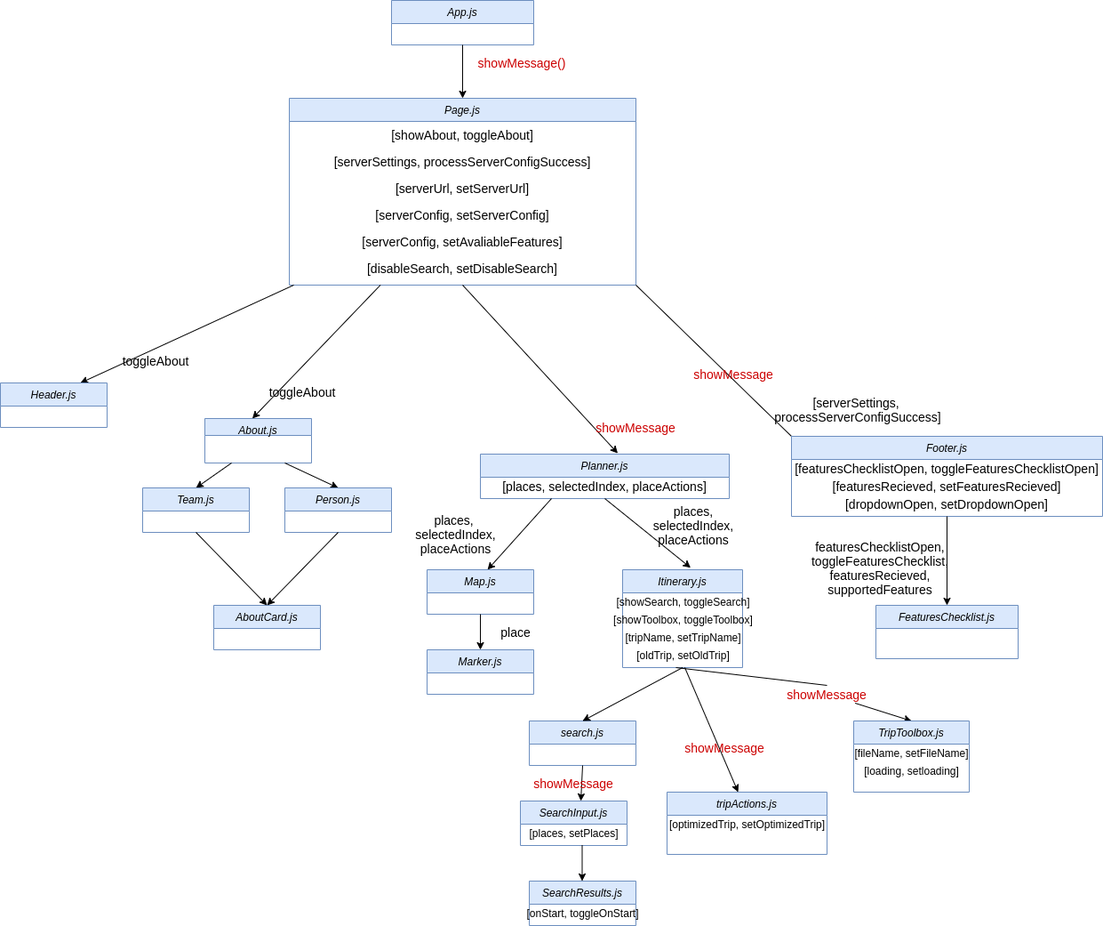
tmanbarton/cs314Project keeps this draw.io diagram as reports/images/ClientComponentDiagramSP4.png. Above is the earlier version. Source tidied: cells renumbered, new cells last; positions are measured from the earlier drawing's top-left corner, leaving out a move shared by most shapes.
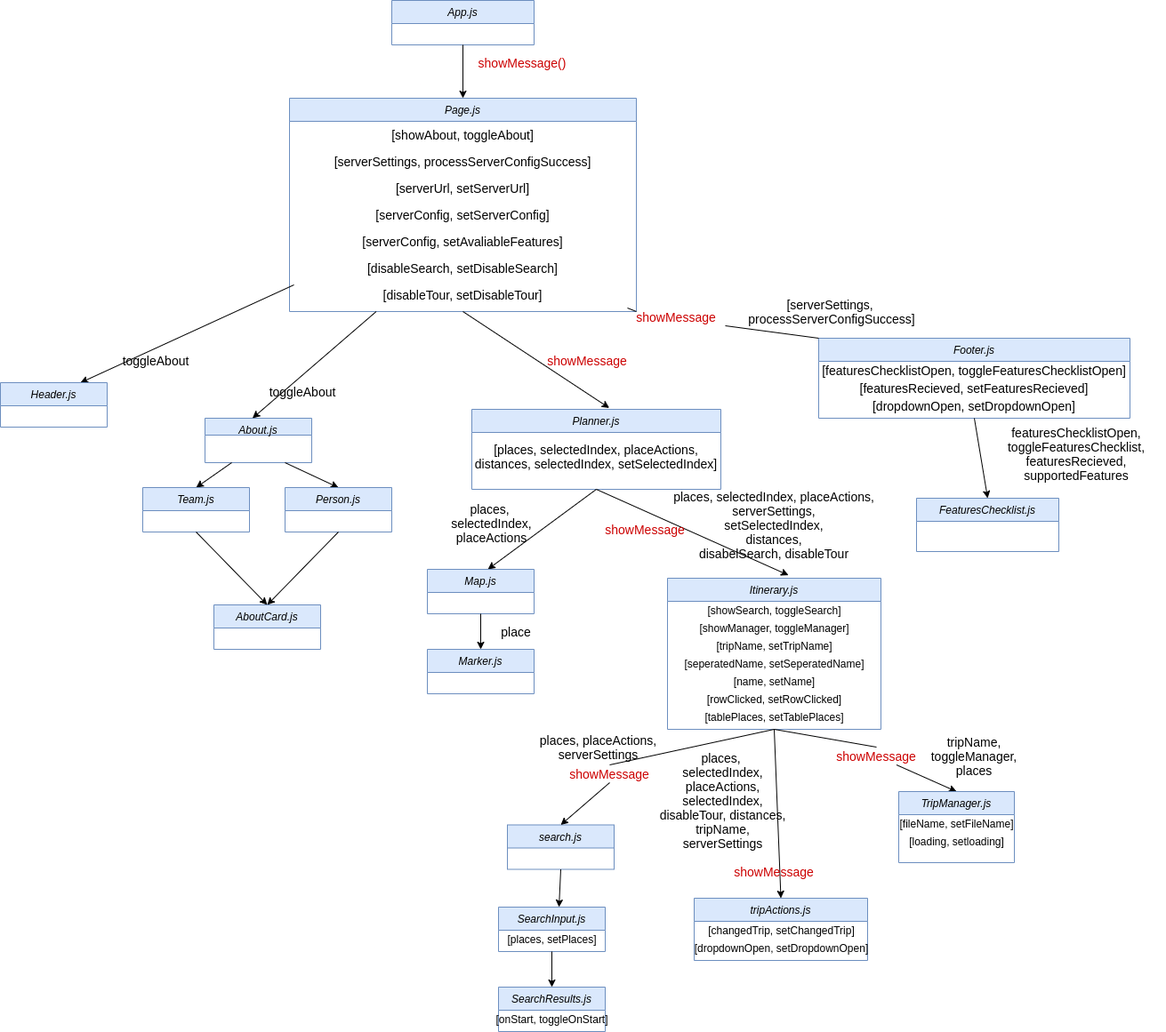
After the change.

Commit message:
Updated Client Component Diagrams

Diff of the diagram source:
```diff
@@ -11,3 +11,3 @@
     <mxCell id="4" value="Page.js" style="swimlane;fontStyle=2;align=center;verticalAlign=top;horizontal=1;startSize=26;rounded=0;shadow=0;strokeWidth=1;fillColor=#dae8fc;strokeColor=#6c8ebf;" parent="1" vertex="1">
-      <mxGeometry x="325" y="110" width="390" height="210" as="geometry" />
+      <mxGeometry x="325" y="110" width="390" height="240" as="geometry" />
     </mxCell>
@@ -31,2 +31,5 @@
     </mxCell>
+    <mxCell id="71" value="[disableTour, setDisableTour]" style="text;html=1;strokeColor=none;fillColor=none;align=center;verticalAlign=middle;whiteSpace=wrap;rounded=0;fontSize=14;" parent="4" vertex="1">
+      <mxGeometry y="206" width="390" height="30" as="geometry" />
+    </mxCell>
     <mxCell id="11" value="showMessage()" style="text;html=1;strokeColor=none;fillColor=none;align=center;verticalAlign=middle;whiteSpace=wrap;rounded=0;fontSize=14;fontColor=#CC0000;" parent="1" vertex="1">
@@ -48,6 +51,4 @@
     </mxCell>
-    <mxCell id="16" style="endArrow=classic;html=1;fontSize=14;entryX=0.445;entryY=0;entryDx=0;entryDy=0;entryPerimeter=0;exitX=0.25;exitY=1;exitDx=0;exitDy=0;" parent="1" edge="1" target="15">
-      <mxGeometry relative="1" as="geometry">
-        <mxPoint x="427.5" y="320" as="sourcePoint" />
-      </mxGeometry>
+    <mxCell id="16" style="endArrow=classic;html=1;fontSize=14;entryX=0.445;entryY=0;entryDx=0;entryDy=0;entryPerimeter=0;exitX=0.25;exitY=1;exitDx=0;exitDy=0;" parent="1" edge="1" source="4" target="15">
+      <mxGeometry relative="1" as="geometry" />
     </mxCell>
@@ -57,6 +58,6 @@
     <mxCell id="18" value="Planner.js&#10;" style="swimlane;fontStyle=2;align=center;verticalAlign=top;horizontal=1;startSize=26;rounded=0;shadow=0;strokeWidth=1;fillColor=#dae8fc;strokeColor=#6c8ebf;" parent="1" vertex="1">
-      <mxGeometry x="540" y="510" width="280" height="50" as="geometry" />
+      <mxGeometry x="530" y="460" width="280" height="90" as="geometry" />
     </mxCell>
-    <mxCell id="19" value="[places, selectedIndex, placeActions]" style="text;html=1;strokeColor=none;fillColor=none;align=center;verticalAlign=middle;whiteSpace=wrap;rounded=0;fontSize=14;" parent="18" vertex="1">
-      <mxGeometry y="26" width="280" height="20" as="geometry" />
+    <mxCell id="19" value="[places, selectedIndex, placeActions, distances, selectedIndex, setSelectedIndex]" style="text;html=1;strokeColor=none;fillColor=none;align=center;verticalAlign=middle;whiteSpace=wrap;rounded=0;fontSize=14;" parent="18" vertex="1">
+      <mxGeometry y="26" width="280" height="54" as="geometry" />
     </mxCell>
@@ -66,5 +67,5 @@
     <mxCell id="21" value="&lt;span style=&quot;color: rgb(204 , 0 , 0)&quot;&gt;showMessage&lt;/span&gt;" style="text;html=1;strokeColor=none;fillColor=none;align=center;verticalAlign=middle;whiteSpace=wrap;rounded=0;fontSize=14;fontColor=#FF0000;" parent="1" vertex="1">
-      <mxGeometry x="660" y="470" width="110" height="20" as="geometry" />
+      <mxGeometry x="605" y="395" width="110" height="20" as="geometry" />
     </mxCell>
-    <mxCell id="22" style="endArrow=none;html=1;fontSize=14;fontColor=#FF0000;entryX=1;entryY=1;entryDx=0;entryDy=0;exitX=0;exitY=0;exitDx=0;exitDy=0;" parent="1" edge="1" source="23" target="4">
+    <mxCell id="22" style="endArrow=none;html=1;fontSize=14;fontColor=#FF0000;entryX=1;entryY=1;entryDx=0;entryDy=0;exitX=0;exitY=0;exitDx=0;exitDy=0;startArrow=none;" parent="1" edge="1" source="58" target="4">
       <mxGeometry relative="1" as="geometry" />
@@ -72,3 +73,3 @@
     <mxCell id="23" value="Footer.js" style="swimlane;fontStyle=2;align=center;verticalAlign=top;horizontal=1;startSize=26;rounded=0;shadow=0;strokeWidth=1;fillColor=#dae8fc;strokeColor=#6c8ebf;" parent="1" vertex="1">
-      <mxGeometry x="890" y="490" width="350" height="90" as="geometry" />
+      <mxGeometry x="920" y="380" width="350" height="90" as="geometry" />
     </mxCell>
@@ -84,8 +85,6 @@
     <mxCell id="27" value="[serverSettings, &lt;br&gt;processServerConfigSuccess]" style="text;html=1;strokeColor=none;fillColor=none;align=center;verticalAlign=middle;whiteSpace=wrap;rounded=0;fontSize=14;fontColor=#000000;rotation=0;" parent="1" vertex="1">
-      <mxGeometry x="810" y="450" width="310" height="20" as="geometry" />
+      <mxGeometry x="780" y="340" width="310" height="20" as="geometry" />
     </mxCell>
-    <mxCell id="28" style="endArrow=classic;html=1;fontColor=#CC0000;entryX=0.567;entryY=0;entryDx=0;entryDy=0;entryPerimeter=0;exitX=0.5;exitY=1;exitDx=0;exitDy=0;" parent="1" edge="1" target="29">
-      <mxGeometry relative="1" as="geometry">
-        <mxPoint x="620" y="560" as="sourcePoint" />
-      </mxGeometry>
+    <mxCell id="28" style="endArrow=classic;html=1;fontColor=#CC0000;entryX=0.567;entryY=0;entryDx=0;entryDy=0;entryPerimeter=0;exitX=0.5;exitY=1;exitDx=0;exitDy=0;" parent="1" edge="1" source="18" target="29">
+      <mxGeometry relative="1" as="geometry" />
     </mxCell>
@@ -101,18 +100,27 @@
     <mxCell id="32" value="Itinerary.js" style="swimlane;fontStyle=2;align=center;verticalAlign=top;horizontal=1;startSize=26;rounded=0;shadow=0;strokeWidth=1;fillColor=#dae8fc;strokeColor=#6c8ebf;" parent="1" vertex="1">
-      <mxGeometry x="700" y="640" width="135" height="110" as="geometry" />
+      <mxGeometry x="750" y="650" width="240" height="170" as="geometry" />
     </mxCell>
     <mxCell id="33" value="[showSearch, toggleSearch]" style="text;html=1;align=center;verticalAlign=middle;strokeColor=none;fillColor=none;" parent="32" vertex="1">
-      <mxGeometry y="26" width="135" height="20" as="geometry" />
+      <mxGeometry y="26" width="240" height="20" as="geometry" />
     </mxCell>
-    <mxCell id="34" value="[showToolbox, toggleToolbox]" style="text;html=1;align=center;verticalAlign=middle;strokeColor=none;fillColor=none;" parent="32" vertex="1">
-      <mxGeometry y="46" width="135" height="20" as="geometry" />
+    <mxCell id="34" value="[showManager, toggleManager]" style="text;html=1;align=center;verticalAlign=middle;strokeColor=none;fillColor=none;" parent="32" vertex="1">
+      <mxGeometry y="46" width="240" height="20" as="geometry" />
     </mxCell>
     <mxCell id="35" value="[tripName, setTripName]" style="text;html=1;align=center;verticalAlign=middle;strokeColor=none;fillColor=none;" parent="32" vertex="1">
-      <mxGeometry y="66" width="135" height="20" as="geometry" />
+      <mxGeometry y="66" width="240" height="20" as="geometry" />
     </mxCell>
-    <mxCell id="36" value="[oldTrip, setOldTrip]" style="text;html=1;align=center;verticalAlign=middle;strokeColor=none;fillColor=none;" parent="32" vertex="1">
-      <mxGeometry y="86" width="135" height="20" as="geometry" />
-    </mxCell>
+    <mxCell id="72" value="[seperatedName, setSeperatedName]" style="text;html=1;align=center;verticalAlign=middle;strokeColor=none;fillColor=none;" parent="32" vertex="1">
+      <mxGeometry y="86" width="240" height="20" as="geometry" />
+    </mxCell>
+    <mxCell id="73" value="[name, setName]" style="text;html=1;align=center;verticalAlign=middle;strokeColor=none;fillColor=none;" parent="32" vertex="1">
+      <mxGeometry y="106" width="240" height="20" as="geometry" />
+    </mxCell>
+    <mxCell id="74" value="[rowClicked, setRowClicked]" style="text;html=1;align=center;verticalAlign=middle;strokeColor=none;fillColor=none;" parent="32" vertex="1">
+      <mxGeometry y="126" width="240" height="20" as="geometry" />
+    </mxCell>
+    <mxCell id="75" value="[tablePlaces, setTablePlaces]" style="text;html=1;align=center;verticalAlign=middle;strokeColor=none;fillColor=none;" parent="32" vertex="1">
+      <mxGeometry y="146" width="240" height="20" as="geometry" />
+    </mxCell>
     <mxCell id="37" value="FeaturesChecklist.js&#10;" style="swimlane;fontStyle=2;align=center;verticalAlign=top;horizontal=1;startSize=26;rounded=0;shadow=0;strokeWidth=1;fillColor=#dae8fc;strokeColor=#6c8ebf;" parent="1" vertex="1">
-      <mxGeometry x="985" y="680" width="160" height="60" as="geometry" />
+      <mxGeometry x="1030" y="560" width="160" height="60" as="geometry" />
     </mxCell>
@@ -125,9 +133,9 @@
     <mxCell id="40" value="places, &lt;br&gt;selectedIndex, placeActions" style="text;html=1;strokeColor=none;fillColor=none;align=center;verticalAlign=middle;whiteSpace=wrap;rounded=0;rotation=0;fontSize=14;" parent="1" vertex="1">
-      <mxGeometry x="440" y="590" width="145" height="20" as="geometry" />
+      <mxGeometry x="480" y="578" width="145" height="20" as="geometry" />
     </mxCell>
-    <mxCell id="41" value="places, selectedIndex, placeActions" style="text;html=1;strokeColor=none;fillColor=none;align=center;verticalAlign=middle;whiteSpace=wrap;rounded=0;fontSize=14;" parent="1" vertex="1">
-      <mxGeometry x="750" y="580" width="60" height="20" as="geometry" />
+    <mxCell id="41" value="places, selectedIndex, placeActions, serverSettings,&lt;br&gt;setSelectedIndex,&lt;br&gt;distances,&lt;br&gt;disabelSearch, disableTour" style="text;html=1;strokeColor=none;fillColor=none;align=center;verticalAlign=middle;whiteSpace=wrap;rounded=0;fontSize=14;" parent="1" vertex="1">
+      <mxGeometry x="750" y="580" width="240" height="20" as="geometry" />
     </mxCell>
     <mxCell id="42" value="featuresChecklistOpen, toggleFeaturesChecklist, featuresRecieved, supportedFeatures" style="text;html=1;strokeColor=none;fillColor=none;align=center;verticalAlign=middle;whiteSpace=wrap;rounded=0;fontSize=14;fontColor=#000000;" parent="1" vertex="1">
-      <mxGeometry x="890" y="598" width="200" height="80" as="geometry" />
+      <mxGeometry x="1110" y="470" width="200" height="80" as="geometry" />
     </mxCell>
@@ -158,3 +166,3 @@
     <mxCell id="51" value="search.js" style="swimlane;fontStyle=2;align=center;verticalAlign=top;horizontal=1;startSize=26;rounded=0;shadow=0;strokeWidth=1;fillColor=#dae8fc;strokeColor=#6c8ebf;" parent="1" vertex="1">
-      <mxGeometry x="595" y="810" width="120" height="50" as="geometry" />
+      <mxGeometry x="570" y="927.5" width="120" height="50" as="geometry" />
     </mxCell>
@@ -164,3 +172,3 @@
     <mxCell id="53" value="SearchInput.js" style="swimlane;fontStyle=2;align=center;verticalAlign=top;horizontal=1;startSize=26;rounded=0;shadow=0;strokeWidth=1;fillColor=#dae8fc;strokeColor=#6c8ebf;" parent="1" vertex="1">
-      <mxGeometry x="585" y="900" width="120" height="50" as="geometry" />
+      <mxGeometry x="560" y="1020" width="120" height="50" as="geometry" />
     </mxCell>
@@ -170,3 +178,3 @@
     <mxCell id="55" value="SearchResults.js" style="swimlane;fontStyle=2;align=center;verticalAlign=top;horizontal=1;startSize=26;rounded=0;shadow=0;strokeWidth=1;fillColor=#dae8fc;strokeColor=#6c8ebf;" parent="1" vertex="1">
-      <mxGeometry x="595" y="990" width="120" height="50" as="geometry" />
+      <mxGeometry x="560" y="1110" width="120" height="50" as="geometry" />
     </mxCell>
@@ -175,15 +183,6 @@
     </mxCell>
-    <mxCell id="57" style="endArrow=classic;html=1;fontColor=#CC0000;exitX=0.5;exitY=1;exitDx=0;exitDy=0;" parent="1" edge="1">
-      <mxGeometry relative="1" as="geometry">
-        <mxPoint x="654.5" y="950" as="sourcePoint" />
-        <mxPoint x="654.5" y="990" as="targetPoint" />
-      </mxGeometry>
+    <mxCell id="57" style="endArrow=classic;html=1;fontColor=#CC0000;exitX=0.5;exitY=1;exitDx=0;exitDy=0;entryX=0.5;entryY=0;entryDx=0;entryDy=0;" parent="1" edge="1" source="53" target="55">
+      <mxGeometry relative="1" as="geometry" />
     </mxCell>
-    <mxCell id="58" value="&lt;span style=&quot;color: rgb(204 , 0 , 0)&quot;&gt;showMessage&lt;/span&gt;" style="text;html=1;strokeColor=none;fillColor=none;align=center;verticalAlign=middle;whiteSpace=wrap;rounded=0;fontSize=14;fontColor=#FF0000;" parent="1" vertex="1">
-      <mxGeometry x="770" y="410" width="110" height="20" as="geometry" />
-    </mxCell>
-    <mxCell id="59" value="&lt;span style=&quot;color: rgb(204 , 0 , 0)&quot;&gt;showMessage&lt;/span&gt;" style="text;html=1;strokeColor=none;fillColor=none;align=center;verticalAlign=middle;whiteSpace=wrap;rounded=0;fontSize=14;fontColor=#FF0000;" parent="1" vertex="1">
-      <mxGeometry x="590" y="870" width="110" height="20" as="geometry" />
-    </mxCell>
-    <mxCell id="60" style="endArrow=classic;html=1;entryX=0.5;entryY=0;entryDx=0;entryDy=0;exitX=0.5;exitY=1;exitDx=0;exitDy=0;" parent="1" edge="1" source="32" target="51">
+    <mxCell id="60" style="endArrow=classic;html=1;entryX=0.5;entryY=0;entryDx=0;entryDy=0;exitX=0.5;exitY=1;exitDx=0;exitDy=0;startArrow=none;" parent="1" edge="1" source="59" target="51">
       <mxGeometry relative="1" as="geometry" />
@@ -193,4 +192,4 @@
     </mxCell>
-    <mxCell id="62" value="TripToolbox.js" style="swimlane;fontStyle=2;align=center;verticalAlign=top;horizontal=1;startSize=26;rounded=0;shadow=0;strokeWidth=1;fillColor=#dae8fc;strokeColor=#6c8ebf;" parent="1" vertex="1">
-      <mxGeometry x="960" y="810" width="130" height="80" as="geometry" />
+    <mxCell id="62" value="TripManager.js" style="swimlane;fontStyle=2;align=center;verticalAlign=top;horizontal=1;startSize=26;rounded=0;shadow=0;strokeWidth=1;fillColor=#dae8fc;strokeColor=#6c8ebf;" parent="1" vertex="1">
+      <mxGeometry x="1010" y="890" width="130" height="80" as="geometry" />
     </mxCell>
@@ -203,24 +202,46 @@
     <mxCell id="65" value="&lt;span style=&quot;color: rgb(204 , 0 , 0)&quot;&gt;showMessage&lt;/span&gt;" style="text;html=1;strokeColor=none;fillColor=none;align=center;verticalAlign=middle;whiteSpace=wrap;rounded=0;fontSize=14;fontColor=#FF0000;" parent="1" vertex="1">
-      <mxGeometry x="875" y="770" width="110" height="20" as="geometry" />
+      <mxGeometry x="930" y="840" width="110" height="20" as="geometry" />
     </mxCell>
-    <mxCell id="66" style="endArrow=none;html=1;startArrow=none;entryX=0.5;entryY=0;entryDx=0;entryDy=0;" parent="1" edge="1" target="65">
-      <mxGeometry relative="1" as="geometry">
-        <mxPoint x="760" y="750" as="sourcePoint" />
-      </mxGeometry>
+    <mxCell id="66" style="endArrow=none;html=1;startArrow=none;entryX=0.5;entryY=0;entryDx=0;entryDy=0;exitX=0.5;exitY=1;exitDx=0;exitDy=0;" parent="1" edge="1" source="32" target="65">
+      <mxGeometry relative="1" as="geometry" />
     </mxCell>
-    <mxCell id="67" style="endArrow=classic;html=1;rounded=0;" parent="1" edge="1">
-      <mxGeometry relative="1" as="geometry">
-        <mxPoint x="770" y="750" as="sourcePoint" />
-        <mxPoint x="830" y="890" as="targetPoint" />
-      </mxGeometry>
+    <mxCell id="67" style="endArrow=classic;html=1;rounded=0;entryX=0.5;entryY=0;entryDx=0;entryDy=0;exitX=0.5;exitY=1;exitDx=0;exitDy=0;" parent="1" edge="1" source="32" target="68">
+      <mxGeometry relative="1" as="geometry" />
     </mxCell>
     <mxCell id="68" value="tripActions.js" style="swimlane;fontStyle=2;align=center;verticalAlign=top;horizontal=1;startSize=26;rounded=0;shadow=0;strokeWidth=1;fillColor=#dae8fc;strokeColor=#6c8ebf;" parent="1" vertex="1">
-      <mxGeometry x="750" y="890" width="180" height="70" as="geometry" />
+      <mxGeometry x="780" y="1010" width="195" height="70" as="geometry" />
     </mxCell>
-    <mxCell id="69" value="[optimizedTrip, setOptimizedTrip]" style="text;html=1;align=center;verticalAlign=middle;strokeColor=none;fillColor=none;" parent="68" vertex="1">
-      <mxGeometry y="26" width="180" height="20" as="geometry" />
+    <mxCell id="69" value="[changedTrip, setChangedTrip]" style="text;html=1;align=center;verticalAlign=middle;strokeColor=none;fillColor=none;" parent="68" vertex="1">
+      <mxGeometry y="26" width="195" height="20" as="geometry" />
     </mxCell>
+    <mxCell id="76" value="[dropdownOpen, setDropdownOpen]" style="text;html=1;align=center;verticalAlign=middle;strokeColor=none;fillColor=none;" parent="68" vertex="1">
+      <mxGeometry y="46" width="195" height="20" as="geometry" />
+    </mxCell>
     <mxCell id="70" value="&lt;span style=&quot;color: rgb(204 , 0 , 0)&quot;&gt;showMessage&lt;/span&gt;" style="text;html=1;strokeColor=none;fillColor=none;align=center;verticalAlign=middle;whiteSpace=wrap;rounded=0;fontSize=14;fontColor=#FF0000;" parent="1" vertex="1">
-      <mxGeometry x="760" y="830" width="110" height="20" as="geometry" />
+      <mxGeometry x="815" y="970" width="110" height="20" as="geometry" />
     </mxCell>
+    <mxCell id="58" value="&lt;span style=&quot;color: rgb(204 , 0 , 0)&quot;&gt;showMessage&lt;/span&gt;" style="text;html=1;strokeColor=none;fillColor=none;align=center;verticalAlign=middle;whiteSpace=wrap;rounded=0;fontSize=14;fontColor=#FF0000;" parent="1" vertex="1">
+      <mxGeometry x="705" y="346" width="110" height="20" as="geometry" />
+    </mxCell>
+    <mxCell id="77" style="endArrow=none;html=1;fontSize=14;fontColor=#FF0000;entryX=1;entryY=1;entryDx=0;entryDy=0;exitX=0;exitY=0;exitDx=0;exitDy=0;" parent="1" edge="1" source="23" target="58">
+      <mxGeometry relative="1" as="geometry" />
+    </mxCell>
+    <mxCell id="78" value="&lt;span style=&quot;color: rgb(204 , 0 , 0)&quot;&gt;showMessage&lt;/span&gt;" style="text;html=1;strokeColor=none;fillColor=none;align=center;verticalAlign=middle;whiteSpace=wrap;rounded=0;fontSize=14;fontColor=#FF0000;" parent="1" vertex="1">
+      <mxGeometry x="670" y="584.5" width="110" height="20" as="geometry" />
+    </mxCell>
+    <mxCell id="79" value="places, &lt;br&gt;selectedIndex, placeActions, selectedIndex, disableTour, distances, tripName, serverSettings" style="text;html=1;strokeColor=none;fillColor=none;align=center;verticalAlign=middle;whiteSpace=wrap;rounded=0;rotation=0;fontSize=14;" parent="1" vertex="1">
+      <mxGeometry x="740" y="890" width="145" height="20" as="geometry" />
+    </mxCell>
+    <mxCell id="59" value="&lt;span style=&quot;color: rgb(204 , 0 , 0)&quot;&gt;showMessage&lt;/span&gt;" style="text;html=1;strokeColor=none;fillColor=none;align=center;verticalAlign=middle;whiteSpace=wrap;rounded=0;fontSize=14;fontColor=#FF0000;" parent="1" vertex="1">
+      <mxGeometry x="630" y="860" width="110" height="20" as="geometry" />
+    </mxCell>
+    <mxCell id="80" style="endArrow=none;html=1;entryX=0.5;entryY=0;entryDx=0;entryDy=0;exitX=0.5;exitY=1;exitDx=0;exitDy=0;" parent="1" edge="1" source="32" target="59">
+      <mxGeometry relative="1" as="geometry" />
+    </mxCell>
+    <mxCell id="81" value="places, placeActions, serverSettings" style="text;html=1;strokeColor=none;fillColor=none;align=center;verticalAlign=middle;whiteSpace=wrap;rounded=0;rotation=0;fontSize=14;" parent="1" vertex="1">
+      <mxGeometry x="600" y="830" width="145" height="20" as="geometry" />
+    </mxCell>
+    <mxCell id="82" value="tripName, toggleManager, places" style="text;html=1;strokeColor=none;fillColor=none;align=center;verticalAlign=middle;whiteSpace=wrap;rounded=0;fontSize=14;fontColor=#000000;" parent="1" vertex="1">
+      <mxGeometry x="1025" y="810" width="140" height="80" as="geometry" />
+    </mxCell>
   </root>
```
